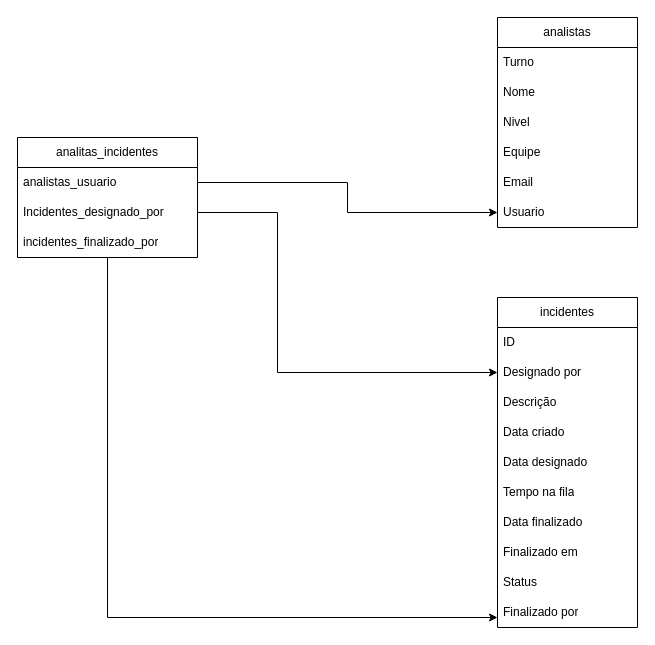
Earlier version of the draw.io diagram Diagrama sem nome.drawio (Edyelgue/dashboard-app). Source tidied: cells renumbered, new cells numbered last; positions are measured from the earlier drawing's top-left corner, leaving out a move shared by most shapes. Both pictures are drawn from the tidied source at 100%, with x=0, y=0 at pixel (17, 17).
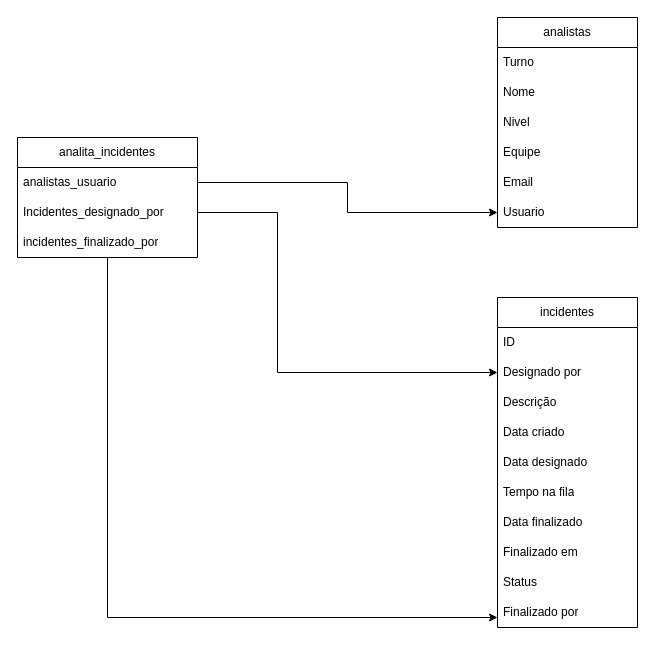
The same diagram, later.

Diff of the diagram source:
```diff
@@
-    <mxCell id="20" value="analitas_incidentes" style="swimlane;fontStyle=0;horizontal=1;startSize=30;whiteSpace=wrap;html=1;" parent="1" vertex="1">
+    <mxCell id="20" value="analita_incidentes" style="swimlane;fontStyle=0;horizontal=1;startSize=30;whiteSpace=wrap;html=1;" parent="1" vertex="1">
       <mxGeometry y="120" width="180" height="120" as="geometry" />
     </mxCell>
```
